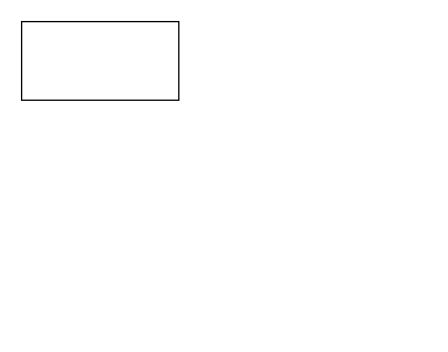
Before: Untitled Diagram.drawio in feidky/app.diagrams.net, a draw.io diagram. Source tidied: cells renumbered, new cells numbered last; positions are measured from the earlier drawing's top-left corner, leaving out a move shared by most shapes. Both pictures are drawn from the tidied source at 131%, with x=0, y=0 at pixel (21, 21).
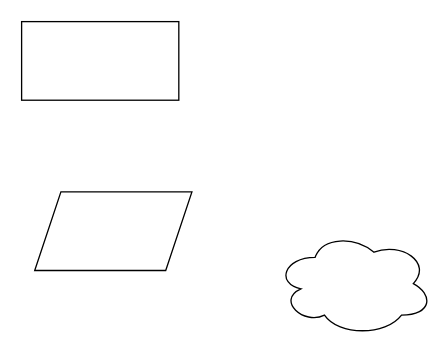
The same diagram, later.

What changed in the source:
```diff
@@
 <mxGraphModel>
   <root>
     <mxCell id="0" />
     <mxCell id="1" parent="0" />
     <mxCell id="2" style="rounded=0;whiteSpace=wrap;html=1;" parent="1" vertex="1">
       <mxGeometry width="120" height="60" as="geometry" />
     </mxCell>
+    <mxCell id="3" style="ellipse;shape=cloud;whiteSpace=wrap;html=1;" parent="1" vertex="1">
+      <mxGeometry x="194" y="160" width="120" height="80" as="geometry" />
+    </mxCell>
+    <mxCell id="4" style="shape=parallelogram;perimeter=parallelogramPerimeter;whiteSpace=wrap;html=1;fixedSize=1;" parent="1" vertex="1">
+      <mxGeometry x="10" y="130" width="120" height="60" as="geometry" />
+    </mxCell>
   </root>
 </mxGraphModel>
```
